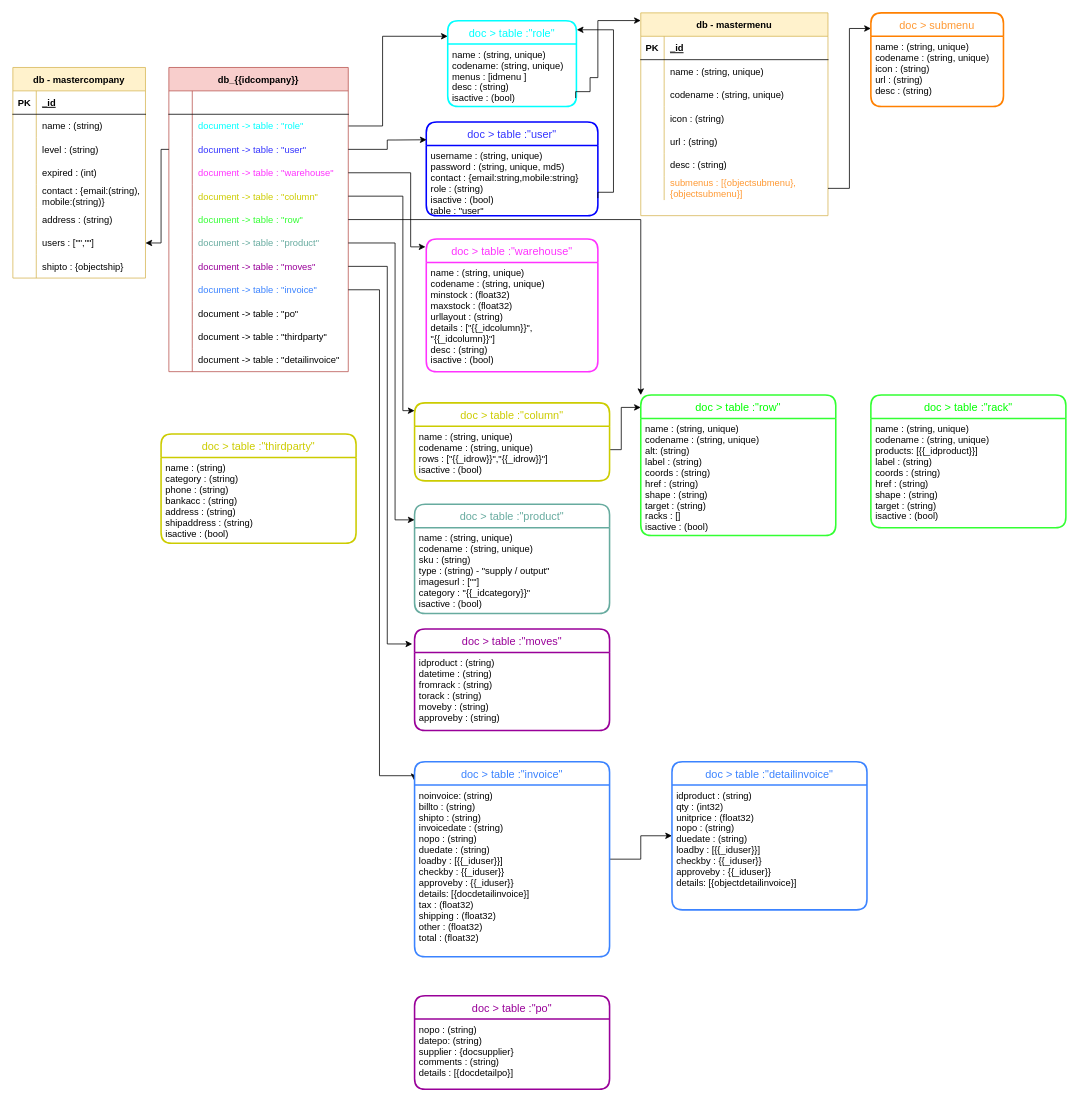
The draw.io diagram diagram/ERD.drawio in salomo07/wmsserver, before the edit. Source tidied: cells renumbered, new cells numbered last; positions are measured from the earlier drawing's top-left corner, leaving out a move shared by most shapes. Both pictures are drawn from the tidied source at 78%, with x=0, y=0 at pixel (12, 12).
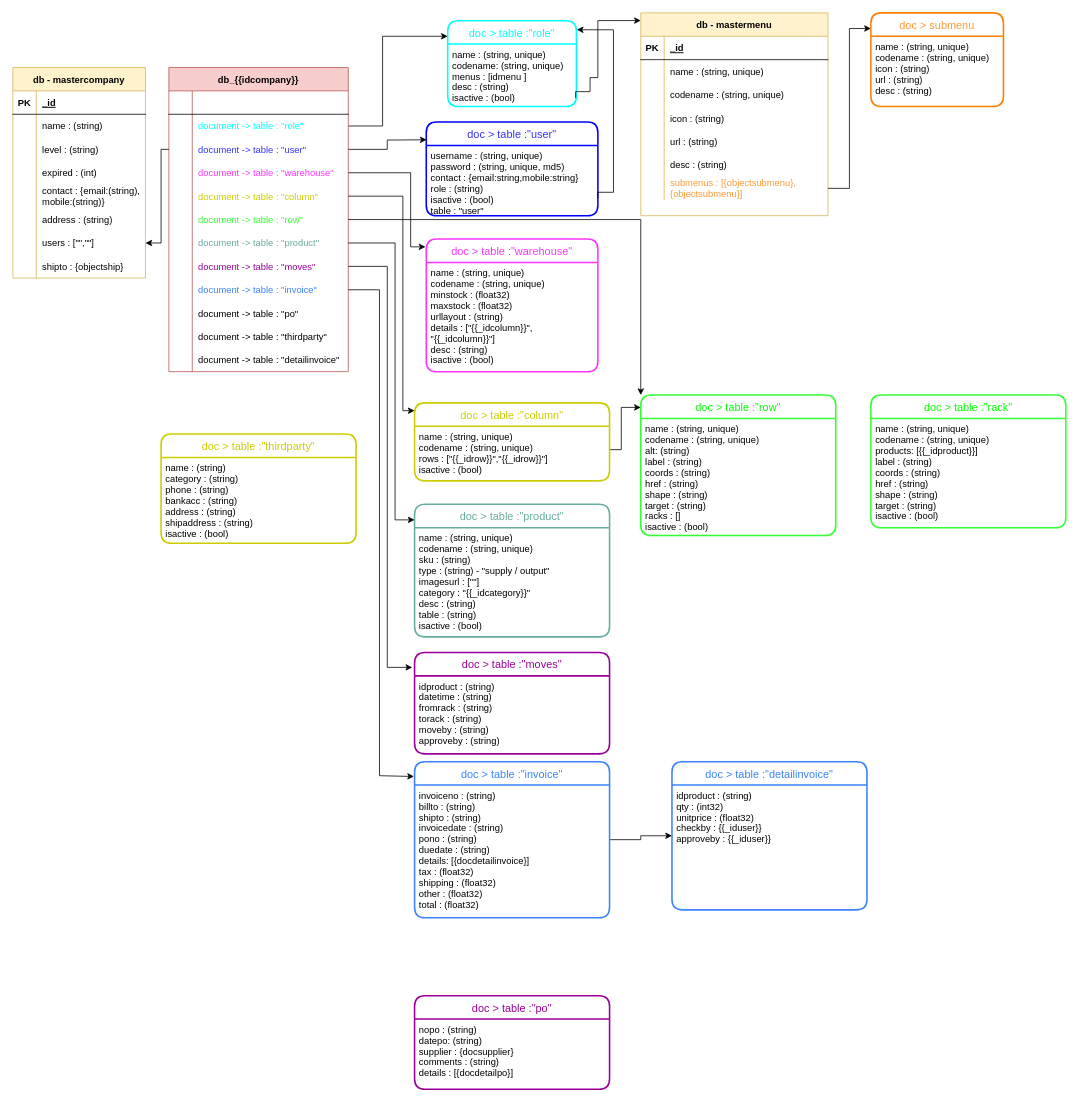
Above is the later version.

Unchanged cells that the change refers to:
```xml
<mxCell id="50" style="shape=tableRow;horizontal=0;startSize=0;swimlaneHead=0;swimlaneBody=0;fillColor=none;points=[[0,0.5],[1,0.5]];portConstraint=eastwest;top=0;left=0;right=0;bottom=0;" parent="28" vertex="1">
  <mxGeometry y="240" width="230" height="30" as="geometry" />
</mxCell>
<mxCell id="120" value="doc &gt; table :&quot;detailinvoice&quot;" style="swimlane;horizontal=1;startSize=30;rounded=1;fontSize=14;fontStyle=0;strokeWidth=2;shadow=0;dashed=0;align=center;fontColor=#3B83FF;strokeColor=#3B83FF;" parent="1" vertex="1">
  <mxGeometry x="845" y="960" width="250" height="190" as="geometry" />
</mxCell>
```

What changed in the source:
```diff
@@
     <mxCell id="107" value="doc &gt; table :&quot;product&quot;" style="swimlane;horizontal=1;startSize=30;rounded=1;fontSize=14;fontStyle=0;strokeWidth=2;shadow=0;dashed=0;align=center;fontColor=#67AB9F;strokeColor=#67AB9F;" parent="1" vertex="1">
-      <mxGeometry x="515" y="630" width="250" height="140" as="geometry" />
+      <mxGeometry x="515" y="630" width="250" height="170" as="geometry" />
     </mxCell>
-    <mxCell id="108" value="name : (string, unique)&#10;codename : (string, unique)&#10;sku : (string)&#10;type : (string) - &quot;supply / output&quot;&#10;imagesurl : [&quot;&quot;]&#10;category : &quot;{{_idcategory}}&quot;&#10;isactive : (bool)" style="align=left;strokeColor=none;fillColor=none;spacingLeft=4;fontSize=12;verticalAlign=top;fontColor=#000000;" parent="107" vertex="1">
-      <mxGeometry y="30" width="250" height="110" as="geometry" />
+    <mxCell id="108" value="name : (string, unique)&#10;codename : (string, unique)&#10;sku : (string)&#10;type : (string) - &quot;supply / output&quot;&#10;imagesurl : [&quot;&quot;]&#10;category : &quot;{{_idcategory}}&quot;&#10;desc : (string)&#10;table : (string)&#10;isactive : (bool)" style="align=left;strokeColor=none;fillColor=none;spacingLeft=4;fontSize=12;verticalAlign=top;fontColor=#000000;" parent="107" vertex="1">
+      <mxGeometry y="30" width="250" height="140" as="geometry" />
     </mxCell>
@@
     <mxCell id="111" value="doc &gt; table :&quot;moves&quot;" style="swimlane;horizontal=1;startSize=30;rounded=1;fontSize=14;fontStyle=0;strokeWidth=2;shadow=0;dashed=0;align=center;fontColor=#990099;strokeColor=#990099;" parent="1" vertex="1">
-      <mxGeometry x="515" y="790" width="250" height="130" as="geometry" />
+      <mxGeometry x="515" y="820" width="250" height="130" as="geometry" />
     </mxCell>
@@
     <mxCell id="113" style="edgeStyle=orthogonalEdgeStyle;rounded=0;jettySize=auto;html=1;fontColor=#990099;entryX=-0.012;entryY=0.147;entryDx=0;entryDy=0;entryPerimeter=0;" parent="1" edge="1" source="50" target="111">
       <mxGeometry relative="1" as="geometry">
         <Array as="points">
           <mxPoint x="480" y="325" />
-          <mxPoint x="480" y="809" />
+          <mxPoint x="480" y="839" />
         </Array>
       </mxGeometry>
     </mxCell>
@@
     <mxCell id="118" value="doc &gt; table :&quot;invoice&quot;" style="swimlane;horizontal=1;startSize=30;rounded=1;fontSize=14;fontStyle=0;strokeWidth=2;shadow=0;dashed=0;align=center;fontColor=#3B83FF;strokeColor=#3B83FF;" parent="1" vertex="1">
-      <mxGeometry x="515" y="960" width="250" height="250" as="geometry" />
+      <mxGeometry x="515" y="960" width="250" height="200" as="geometry" />
     </mxCell>
-    <mxCell id="119" value="noinvoice: (string)&#10;billto : (string)&#10;shipto : (string)&#10;invoicedate : (string)&#10;nopo : (string)&#10;duedate : (string)&#10;loadby : [{{_iduser}}]&#10;checkby : {{_iduser}}&#10;approveby : {{_iduser}}&#10;details: [{docdetailinvoice}]&#10;tax : (float32)&#10;shipping : (float32)&#10;other : (float32)&#10;total : (float32)&#10;" style="align=left;strokeColor=none;fillColor=none;spacingLeft=4;fontSize=12;verticalAlign=top;fontColor=#000000;" parent="118" vertex="1">
-      <mxGeometry y="30" width="250" height="220" as="geometry" />
+    <mxCell id="119" value="invoiceno : (string)&#10;billto : (string)&#10;shipto : (string)&#10;invoicedate : (string)&#10;pono : (string)&#10;duedate : (string)&#10;details: [{docdetailinvoice}]&#10;tax : (float32)&#10;shipping : (float32)&#10;other : (float32)&#10;total : (float32)&#10;" style="align=left;strokeColor=none;fillColor=none;spacingLeft=4;fontSize=12;verticalAlign=top;fontColor=#000000;" parent="118" vertex="1">
+      <mxGeometry y="30" width="250" height="170" as="geometry" />
     </mxCell>
@@
-    <mxCell id="121" value="idproduct : (string)&#10;qty : (int32)&#10;unitprice : (float32)&#10;nopo : (string)&#10;duedate : (string)&#10;loadby : [{{_iduser}}]&#10;checkby : {{_iduser}}&#10;approveby : {{_iduser}}&#10;details: [{objectdetailinvoice}]&#10;" style="align=left;strokeColor=none;fillColor=none;spacingLeft=4;fontSize=12;verticalAlign=top;fontColor=#000000;" parent="120" vertex="1">
+    <mxCell id="121" value="idproduct : (string)&#10;qty : (int32)&#10;unitprice : (float32)&#10;checkby : {{_iduser}}&#10;approveby : {{_iduser}}" style="align=left;strokeColor=none;fillColor=none;spacingLeft=4;fontSize=12;verticalAlign=top;fontColor=#000000;" parent="120" vertex="1">
       <mxGeometry y="30" width="250" height="160" as="geometry" />
     </mxCell>
```
